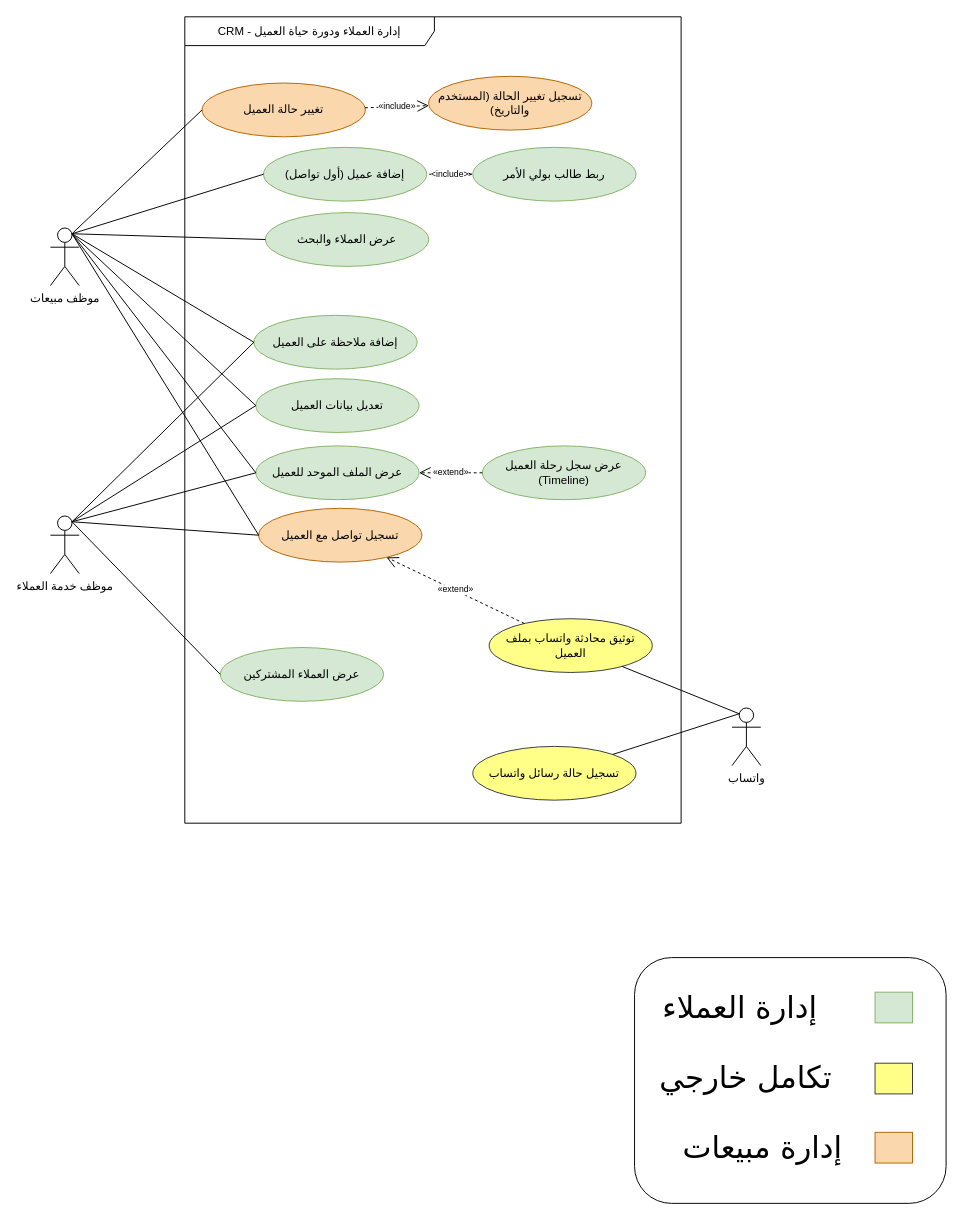
The draw.io diagram page "2-إدارة العملاء" (4 of 9) of docs/analysis/Use Case Diagrams.drawio in QF-MJ/crm-al-mohtaref, before the edit. Source tidied: cells renumbered, new cells numbered last; positions are measured from the earlier drawing's top-left corner, leaving out a move shared by most shapes. Both pictures are drawn from the tidied source at 96%, with x=0, y=0 at pixel (50, 16).
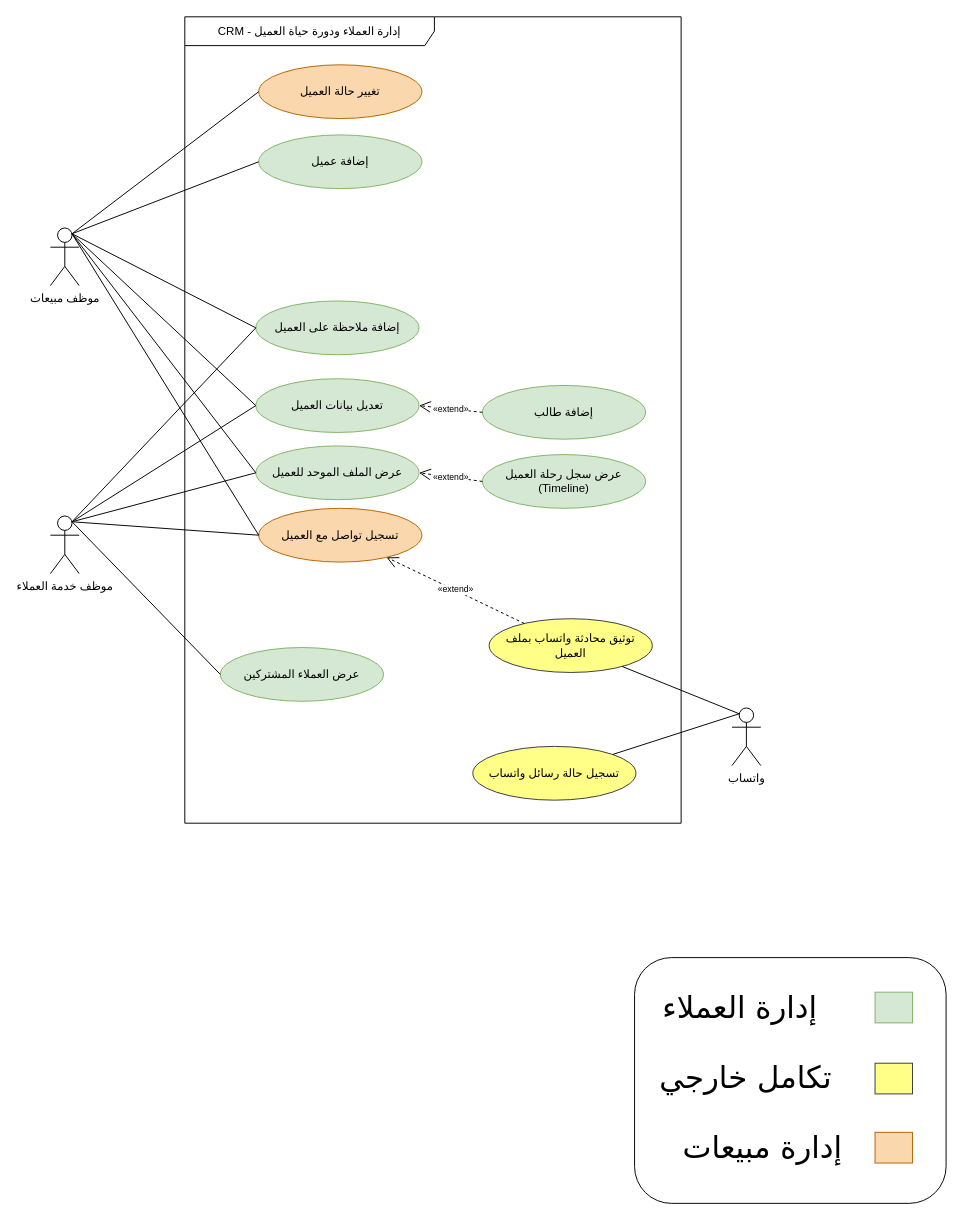
After the change.

The change refers to these unchanged cells:
```xml
<mxCell id="3" value="موظف مبيعات" style="shape=umlActor;verticalLabelPosition=bottom;verticalAlign=top;html=1;outlineConnect=0;" parent="1" vertex="1">
  <mxGeometry y="220" width="30" height="60" as="geometry" />
</mxCell>
<mxCell id="8" value="تعديل بيانات العميل" style="ellipse;whiteSpace=wrap;html=1;fontSize=12;fillColor=#d5e8d4;strokeColor=#82b366;" parent="1" vertex="1">
  <mxGeometry x="214" y="377" width="170" height="56" as="geometry" />
</mxCell>
```

Change to the diagram source:
```diff
@@
-    <mxCell id="6" value="إضافة عميل (أول تواصل)" style="ellipse;whiteSpace=wrap;html=1;fontSize=12;fillColor=#d5e8d4;strokeColor=#82b366;" parent="1" vertex="1">
-      <mxGeometry x="222" y="136" width="170" height="56" as="geometry" />
+    <mxCell id="6" value="إضافة عميل" style="ellipse;whiteSpace=wrap;html=1;fontSize=12;fillColor=#d5e8d4;strokeColor=#82b366;" parent="1" vertex="1">
+      <mxGeometry x="217" y="123" width="170" height="56" as="geometry" />
     </mxCell>
-    <mxCell id="7" value="ربط طالب بولي الأمر" style="ellipse;whiteSpace=wrap;html=1;fontSize=12;fillColor=#d5e8d4;strokeColor=#82b366;" parent="1" vertex="1">
-      <mxGeometry x="440" y="136" width="170" height="56" as="geometry" />
-    </mxCell>
@@
     <mxCell id="9" value="إضافة ملاحظة على العميل" style="ellipse;whiteSpace=wrap;html=1;fontSize=12;fillColor=#d5e8d4;strokeColor=#82b366;" parent="1" vertex="1">
-      <mxGeometry x="212" y="311" width="170" height="56" as="geometry" />
+      <mxGeometry x="214" y="296" width="170" height="56" as="geometry" />
     </mxCell>
-    <mxCell id="10" value="عرض العملاء والبحث" style="ellipse;whiteSpace=wrap;html=1;fontSize=12;fillColor=#d5e8d4;strokeColor=#82b366;" parent="1" vertex="1">
-      <mxGeometry x="224" y="204" width="170" height="56" as="geometry" />
-    </mxCell>
@@
     <mxCell id="12" value="عرض سجل رحلة العميل (Timeline)" style="ellipse;whiteSpace=wrap;html=1;fontSize=12;fillColor=#d5e8d4;strokeColor=#82b366;" parent="1" vertex="1">
-      <mxGeometry x="450" y="447" width="170" height="56" as="geometry" />
+      <mxGeometry x="450" y="456" width="170" height="56" as="geometry" />
     </mxCell>
     <mxCell id="13" value="تغيير حالة العميل" style="ellipse;whiteSpace=wrap;html=1;fontSize=12;fillColor=#fad7ac;strokeColor=#b46504;" parent="1" vertex="1">
-      <mxGeometry x="158" y="69" width="170" height="56" as="geometry" />
+      <mxGeometry x="217" y="50" width="170" height="56" as="geometry" />
     </mxCell>
-    <mxCell id="14" value="تسجيل تغيير الحالة (المستخدم والتاريخ)" style="ellipse;whiteSpace=wrap;html=1;fontSize=12;fillColor=#fad7ac;strokeColor=#b46504;" parent="1" vertex="1">
-      <mxGeometry x="394" y="62" width="170" height="56" as="geometry" />
-    </mxCell>
@@
-    <mxCell id="21" style="endArrow=none;html=1;rounded=0;entryX=0;entryY=0.5;entryDx=0;entryDy=0;exitX=0.75;exitY=0.1;exitDx=0;exitDy=0;exitPerimeter=0;" parent="1" edge="1" source="3" target="10">
-      <mxGeometry relative="1" as="geometry" />
-    </mxCell>
@@
-    <mxCell id="31" value="«include»" style="endArrow=open;endSize=10;dashed=1;html=1;rounded=0;fontSize=9;labelBackgroundColor=default;" parent="1" edge="1" source="13" target="14">
-      <mxGeometry relative="1" as="geometry" />
-    </mxCell>
-    <mxCell id="32" value="&amp;lt;include&amp;gt;" style="endArrow=none;endSize=10;dashed=1;html=1;rounded=0;fontSize=9;labelBackgroundColor=default;startArrow=classicThin;startFill=0;endFill=0;" parent="1" edge="1" source="7" target="6">
-      <mxGeometry relative="1" as="geometry" />
-    </mxCell>
@@
+    <mxCell id="46" value="إضافة طالب" style="ellipse;whiteSpace=wrap;html=1;fontSize=12;fillColor=#d5e8d4;strokeColor=#82b366;" parent="1" vertex="1">
+      <mxGeometry x="450" y="384" width="170" height="56" as="geometry" />
+    </mxCell>
+    <mxCell id="47" value="«extend»" style="endArrow=open;endSize=10;dashed=1;html=1;rounded=0;fontSize=9;labelBackgroundColor=default;entryX=1;entryY=0.5;entryDx=0;entryDy=0;exitX=0;exitY=0.5;exitDx=0;exitDy=0;" parent="1" edge="1" source="46" target="8">
+      <mxGeometry relative="1" as="geometry" />
+    </mxCell>
```
